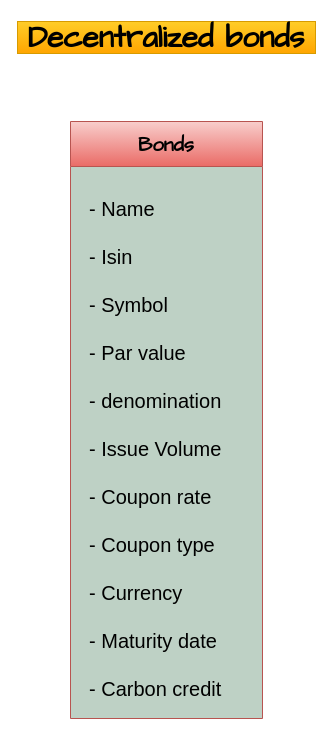
Above: bonds.drawio in Edoumou/drawings (draw.io), before the change. Source tidied: cells renumbered, new cells numbered last; positions are measured from the earlier drawing's top-left corner, leaving out a move shared by most shapes. Both pictures are drawn from the tidied source at 100%, with x=0, y=0 at pixel (17, 21).
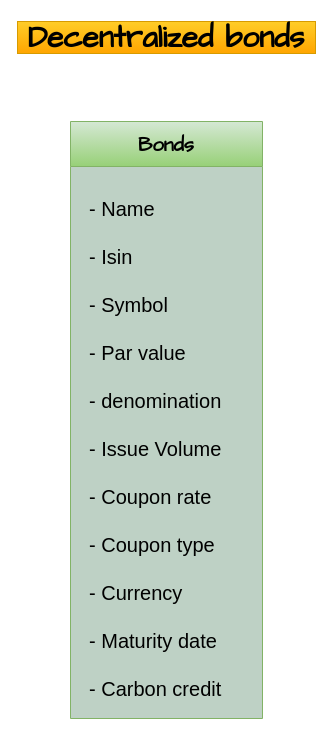
After the change.

Change to the diagram source:
```diff
@@
 <mxGraphModel>
   <root>
     <mxCell id="0" />
     <mxCell id="1" parent="0" />
     <mxCell id="2" value="Decentralized bonds" style="text;html=1;strokeColor=#d79b00;fillColor=#ffcd28;align=center;verticalAlign=middle;whiteSpace=wrap;rounded=0;fontStyle=1;gradientColor=#ffa500;fontFamily=Comic Sans MS;fontSize=30;" parent="1" vertex="1">
       <mxGeometry width="298" height="32" as="geometry" />
     </mxCell>
-    <mxCell id="3" value="Bonds" style="swimlane;whiteSpace=wrap;html=1;fontFamily=Comic Sans MS;fontSize=20;startSize=45;fillColor=#f8cecc;gradientColor=#ea6b66;strokeColor=#b85450;swimlaneFillColor=#BED1C5;" parent="1" vertex="1">
+    <mxCell id="3" value="Bonds" style="swimlane;whiteSpace=wrap;html=1;fontFamily=Comic Sans MS;fontSize=20;startSize=45;fillColor=#d5e8d4;gradientColor=#97d077;strokeColor=#82b366;swimlaneFillColor=#BED1C5;" parent="1" vertex="1">
       <mxGeometry x="53" y="100" width="192" height="597" as="geometry" />
     </mxCell>
     <mxCell id="4" value="- Name&lt;br&gt;&lt;br&gt;- Isin&lt;br&gt;&lt;br&gt;- Symbol&lt;br&gt;&lt;br&gt;- Par value&lt;br&gt;&lt;br&gt;- denomination&lt;br&gt;&lt;br&gt;- Issue Volume&lt;br&gt;&lt;br&gt;- Coupon rate&lt;br&gt;&lt;br&gt;- Coupon type&lt;br&gt;&lt;br&gt;- Currency&lt;br&gt;&lt;br&gt;- Maturity date&lt;br&gt;&lt;br&gt;- Carbon credit" style="text;html=1;align=left;verticalAlign=middle;strokeColor=none;fillColor=none;fontSize=20;fontFamily=Helvetica;" parent="3" vertex="1">
       <mxGeometry x="17" y="69" width="150" height="516" as="geometry" />
     </mxCell>
   </root>
 </mxGraphModel>
```
